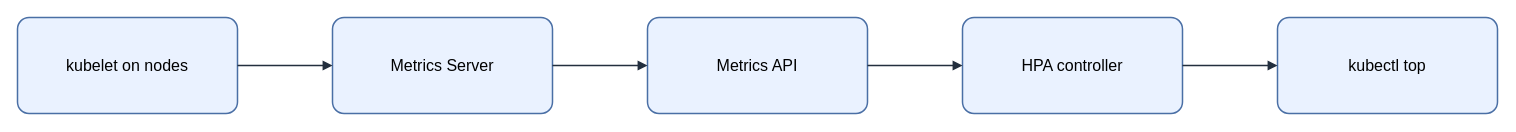
Above: assets/img/kubernetes/metrics-server-collection.drawio in KKamJi98/kkamji98.github.io (draw.io), before the change. Source tidied: cells renumbered, new cells numbered last; positions are measured from the earlier drawing's top-left corner, leaving out a move shared by most shapes. Both pictures are drawn from the tidied source at 100%, with x=0, y=0 at pixel (17, 17).
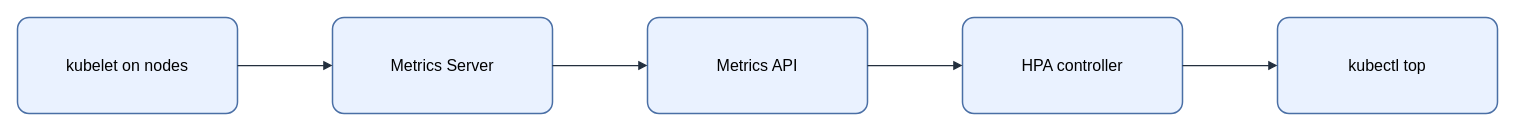
The same page after the edit.

The edit, as a diff of the source:
```diff
@@
 <mxGraphModel background="#FFFFFF">
   <root>
     <mxCell id="0" />
     <mxCell id="1" parent="0" />
-    <mxCell id="2" value="&lt;font style=&quot;color: rgb(0, 0, 0);&quot;&gt;kubelet on nodes&lt;/font&gt;" style="rounded=1;arcSize=12;whiteSpace=wrap;html=1;fillColor=#EAF2FF;strokeColor=#4A6FA5;strokeWidth=1.5;fontColor=#000000;fontSize=16;align=center;verticalAlign=middle;spacing=8;shadow=0;" parent="1" vertex="1">
+    <mxCell id="2" value="kubelet on nodes" style="rounded=1;arcSize=12;whiteSpace=wrap;html=0;fillColor=#EAF2FF;strokeColor=#4A6FA5;strokeWidth=1.5;fontColor=#000000;fontSize=16;align=center;verticalAlign=middle;spacing=8;shadow=0;" parent="1" vertex="1">
       <mxGeometry width="220" height="96" as="geometry" />
     </mxCell>
-    <mxCell id="3" value="&lt;font style=&quot;color: rgb(0, 0, 0);&quot;&gt;Metrics Server&lt;/font&gt;" style="rounded=1;arcSize=12;whiteSpace=wrap;html=1;fillColor=#EAF2FF;strokeColor=#4A6FA5;strokeWidth=1.5;fontColor=#000000;fontSize=16;align=center;verticalAlign=middle;spacing=8;shadow=0;" parent="1" vertex="1">
+    <mxCell id="3" value="Metrics Server" style="rounded=1;arcSize=12;whiteSpace=wrap;html=0;fillColor=#EAF2FF;strokeColor=#4A6FA5;strokeWidth=1.5;fontColor=#000000;fontSize=16;align=center;verticalAlign=middle;spacing=8;shadow=0;" parent="1" vertex="1">
       <mxGeometry x="315" width="220" height="96" as="geometry" />
     </mxCell>
-    <mxCell id="4" value="&lt;font style=&quot;color: rgb(0, 0, 0);&quot;&gt;Metrics API&lt;/font&gt;" style="rounded=1;arcSize=12;whiteSpace=wrap;html=1;fillColor=#EAF2FF;strokeColor=#4A6FA5;strokeWidth=1.5;fontColor=#000000;fontSize=16;align=center;verticalAlign=middle;spacing=8;shadow=0;" parent="1" vertex="1">
+    <mxCell id="4" value="Metrics API" style="rounded=1;arcSize=12;whiteSpace=wrap;html=0;fillColor=#EAF2FF;strokeColor=#4A6FA5;strokeWidth=1.5;fontColor=#000000;fontSize=16;align=center;verticalAlign=middle;spacing=8;shadow=0;" parent="1" vertex="1">
       <mxGeometry x="630" width="220" height="96" as="geometry" />
     </mxCell>
-    <mxCell id="5" value="&lt;font style=&quot;color: rgb(0, 0, 0);&quot;&gt;HPA controller&lt;/font&gt;" style="rounded=1;arcSize=12;whiteSpace=wrap;html=1;fillColor=#EAF2FF;strokeColor=#4A6FA5;strokeWidth=1.5;fontColor=#000000;fontSize=16;align=center;verticalAlign=middle;spacing=8;shadow=0;" parent="1" vertex="1">
+    <mxCell id="5" value="HPA controller" style="rounded=1;arcSize=12;whiteSpace=wrap;html=0;fillColor=#EAF2FF;strokeColor=#4A6FA5;strokeWidth=1.5;fontColor=#000000;fontSize=16;align=center;verticalAlign=middle;spacing=8;shadow=0;" parent="1" vertex="1">
       <mxGeometry x="945" width="220" height="96" as="geometry" />
     </mxCell>
-    <mxCell id="6" value="&lt;font style=&quot;color: rgb(0, 0, 0);&quot;&gt;kubectl top&lt;/font&gt;" style="rounded=1;arcSize=12;whiteSpace=wrap;html=1;fillColor=#EAF2FF;strokeColor=#4A6FA5;strokeWidth=1.5;fontColor=#000000;fontSize=16;align=center;verticalAlign=middle;spacing=8;shadow=0;" parent="1" vertex="1">
+    <mxCell id="6" value="kubectl top" style="rounded=1;arcSize=12;whiteSpace=wrap;html=0;fillColor=#EAF2FF;strokeColor=#4A6FA5;strokeWidth=1.5;fontColor=#000000;fontSize=16;align=center;verticalAlign=middle;spacing=8;shadow=0;" parent="1" vertex="1">
       <mxGeometry x="1260" width="220" height="96" as="geometry" />
     </mxCell>
-    <mxCell id="7" style="edgeStyle=orthogonalEdgeStyle;rounded=0;jettySize=auto;html=1;endArrow=block;endFill=1;strokeColor=#232F3E;strokeWidth=1.5;fontColor=#000000;labelBackgroundColor=none;exitX=1;exitY=0.5;exitDx=0;exitDy=0;entryX=0;entryY=0.5;entryDx=0;entryDy=0;" parent="1" edge="1" source="2" target="3">
+    <mxCell id="7" style="edgeStyle=orthogonalEdgeStyle;rounded=0;jettySize=auto;html=0;endArrow=block;endFill=1;strokeColor=#232F3E;strokeWidth=1.25;fontColor=#000000;labelBackgroundColor=none;exitX=1;exitY=0.5;exitDx=0;exitDy=0;entryX=0;entryY=0.5;entryDx=0;entryDy=0;" parent="1" edge="1" source="2" target="3">
       <mxGeometry relative="1" as="geometry" />
     </mxCell>
-    <mxCell id="8" style="edgeStyle=orthogonalEdgeStyle;rounded=0;jettySize=auto;html=1;endArrow=block;endFill=1;strokeColor=#232F3E;strokeWidth=1.5;fontColor=#000000;labelBackgroundColor=none;exitX=1;exitY=0.5;exitDx=0;exitDy=0;entryX=0;entryY=0.5;entryDx=0;entryDy=0;" parent="1" edge="1" source="3" target="4">
+    <mxCell id="8" style="edgeStyle=orthogonalEdgeStyle;rounded=0;jettySize=auto;html=0;endArrow=block;endFill=1;strokeColor=#232F3E;strokeWidth=1.25;fontColor=#000000;labelBackgroundColor=none;exitX=1;exitY=0.5;exitDx=0;exitDy=0;entryX=0;entryY=0.5;entryDx=0;entryDy=0;" parent="1" edge="1" source="3" target="4">
       <mxGeometry relative="1" as="geometry" />
     </mxCell>
-    <mxCell id="9" style="edgeStyle=orthogonalEdgeStyle;rounded=0;jettySize=auto;html=1;endArrow=block;endFill=1;strokeColor=#232F3E;strokeWidth=1.5;fontColor=#000000;labelBackgroundColor=none;exitX=1;exitY=0.5;exitDx=0;exitDy=0;entryX=0;entryY=0.5;entryDx=0;entryDy=0;" parent="1" edge="1" source="4" target="5">
+    <mxCell id="9" style="edgeStyle=orthogonalEdgeStyle;rounded=0;jettySize=auto;html=0;endArrow=block;endFill=1;strokeColor=#232F3E;strokeWidth=1.25;fontColor=#000000;labelBackgroundColor=none;exitX=1;exitY=0.5;exitDx=0;exitDy=0;entryX=0;entryY=0.5;entryDx=0;entryDy=0;" parent="1" edge="1" source="4" target="5">
       <mxGeometry relative="1" as="geometry" />
     </mxCell>
-    <mxCell id="10" style="edgeStyle=orthogonalEdgeStyle;rounded=0;jettySize=auto;html=1;endArrow=block;endFill=1;strokeColor=#232F3E;strokeWidth=1.5;fontColor=#000000;labelBackgroundColor=none;exitX=1;exitY=0.5;exitDx=0;exitDy=0;entryX=0;entryY=0.5;entryDx=0;entryDy=0;" parent="1" edge="1" source="5" target="6">
+    <mxCell id="10" style="edgeStyle=orthogonalEdgeStyle;rounded=0;jettySize=auto;html=0;endArrow=block;endFill=1;strokeColor=#232F3E;strokeWidth=1.25;fontColor=#000000;labelBackgroundColor=none;exitX=1;exitY=0.5;exitDx=0;exitDy=0;entryX=0;entryY=0.5;entryDx=0;entryDy=0;" parent="1" edge="1" source="5" target="6">
       <mxGeometry relative="1" as="geometry" />
     </mxCell>
   </root>
 </mxGraphModel>
```
